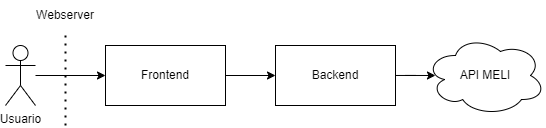
The draw.io diagram others/docs/imgs/arquitectura.png in matipuig/challenge-mercadolibre, before a commit. Source tidied: cells renumbered, new cells last; positions are measured from the earlier drawing's top-left corner, leaving out a move shared by most shapes. Source of this version:
```xml
<mxGraphModel>
  <root>
    <mxCell id="0" />
    <mxCell id="1" parent="0" />
    <mxCell id="2" style="edgeStyle=orthogonalEdgeStyle;rounded=0;jettySize=auto;html=1;entryX=0;entryY=0.5;entryDx=0;entryDy=0;" parent="1" edge="1" source="3" target="5">
      <mxGeometry relative="1" as="geometry" />
    </mxCell>
    <mxCell id="3" value="Usuario" style="shape=umlActor;verticalLabelPosition=bottom;verticalAlign=top;html=1;outlineConnect=0;" parent="1" vertex="1">
      <mxGeometry y="45" width="30" height="60" as="geometry" />
    </mxCell>
    <mxCell id="4" style="edgeStyle=orthogonalEdgeStyle;rounded=0;jettySize=auto;html=1;entryX=0;entryY=0.5;entryDx=0;entryDy=0;" parent="1" edge="1" source="5" target="7">
      <mxGeometry relative="1" as="geometry" />
    </mxCell>
    <mxCell id="5" value="Frontend" style="rounded=0;whiteSpace=wrap;html=1;" parent="1" vertex="1">
      <mxGeometry x="100" y="45" width="120" height="60" as="geometry" />
    </mxCell>
    <mxCell id="6" style="edgeStyle=orthogonalEdgeStyle;rounded=0;jettySize=auto;html=1;entryX=0.083;entryY=0.5;entryDx=0;entryDy=0;entryPerimeter=0;" parent="1" edge="1" source="7" target="8">
      <mxGeometry relative="1" as="geometry" />
    </mxCell>
    <mxCell id="7" value="Backend" style="rounded=0;whiteSpace=wrap;html=1;" parent="1" vertex="1">
      <mxGeometry x="270" y="45" width="120" height="60" as="geometry" />
    </mxCell>
    <mxCell id="8" value="API MELI" style="ellipse;shape=cloud;whiteSpace=wrap;html=1;" parent="1" vertex="1">
      <mxGeometry x="420" y="35" width="120" height="80" as="geometry" />
    </mxCell>
    <mxCell id="9" style="endArrow=none;dashed=1;html=1;dashPattern=1 3;strokeWidth=2;rounded=0;" parent="1" edge="1" target="10">
      <mxGeometry relative="1" as="geometry">
        <mxPoint x="60" y="125" as="sourcePoint" />
      </mxGeometry>
    </mxCell>
    <mxCell id="10" value="Webserver" style="text;html=1;strokeColor=none;fillColor=none;align=center;verticalAlign=middle;whiteSpace=wrap;rounded=0;" parent="1" vertex="1">
      <mxGeometry x="30" width="60" height="30" as="geometry" />
    </mxCell>
  </root>
</mxGraphModel>
```
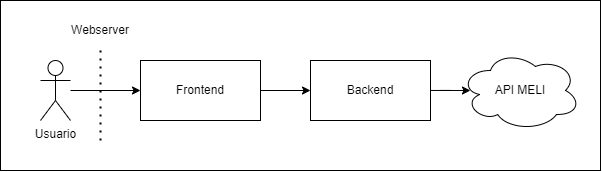
Later version of the same file.

What changed in the source:
```diff
@@ -2,6 +2,9 @@
   <root>
     <mxCell id="0" />
     <mxCell id="1" parent="0" />
+    <mxCell id="11" style="rounded=0;whiteSpace=wrap;html=1;" parent="1" vertex="1">
+      <mxGeometry x="-40" y="-15" width="600" height="170" as="geometry" />
+    </mxCell>
     <mxCell id="2" style="edgeStyle=orthogonalEdgeStyle;rounded=0;jettySize=auto;html=1;entryX=0;entryY=0.5;entryDx=0;entryDy=0;" parent="1" edge="1" source="3" target="5">
       <mxGeometry relative="1" as="geometry" />
     </mxCell>
```
